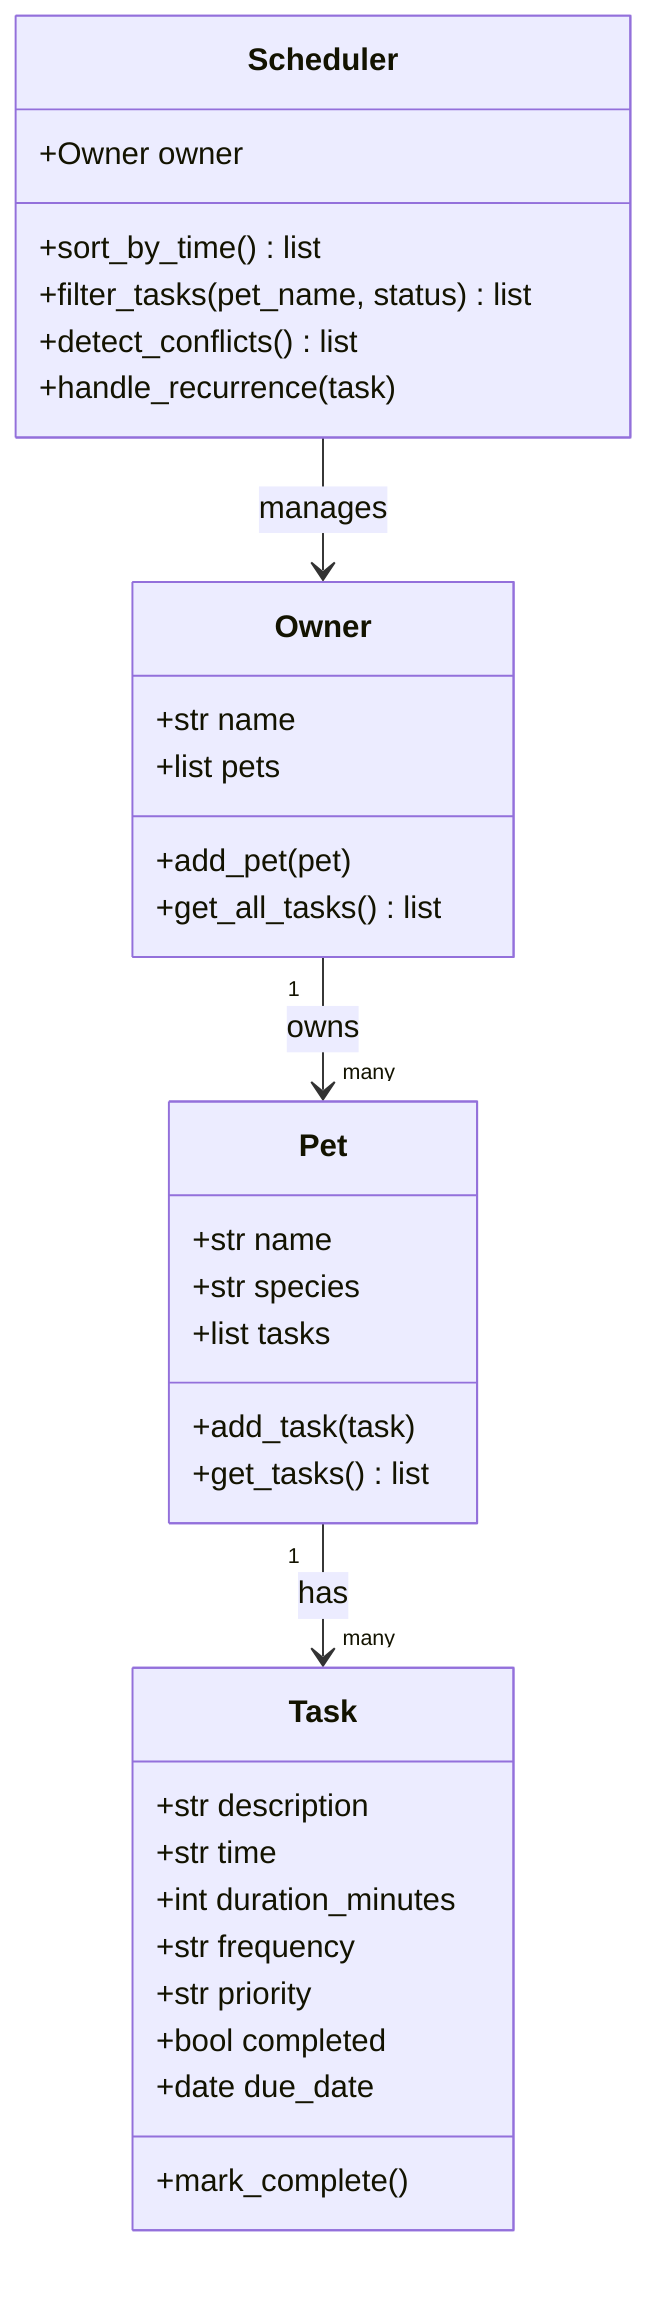
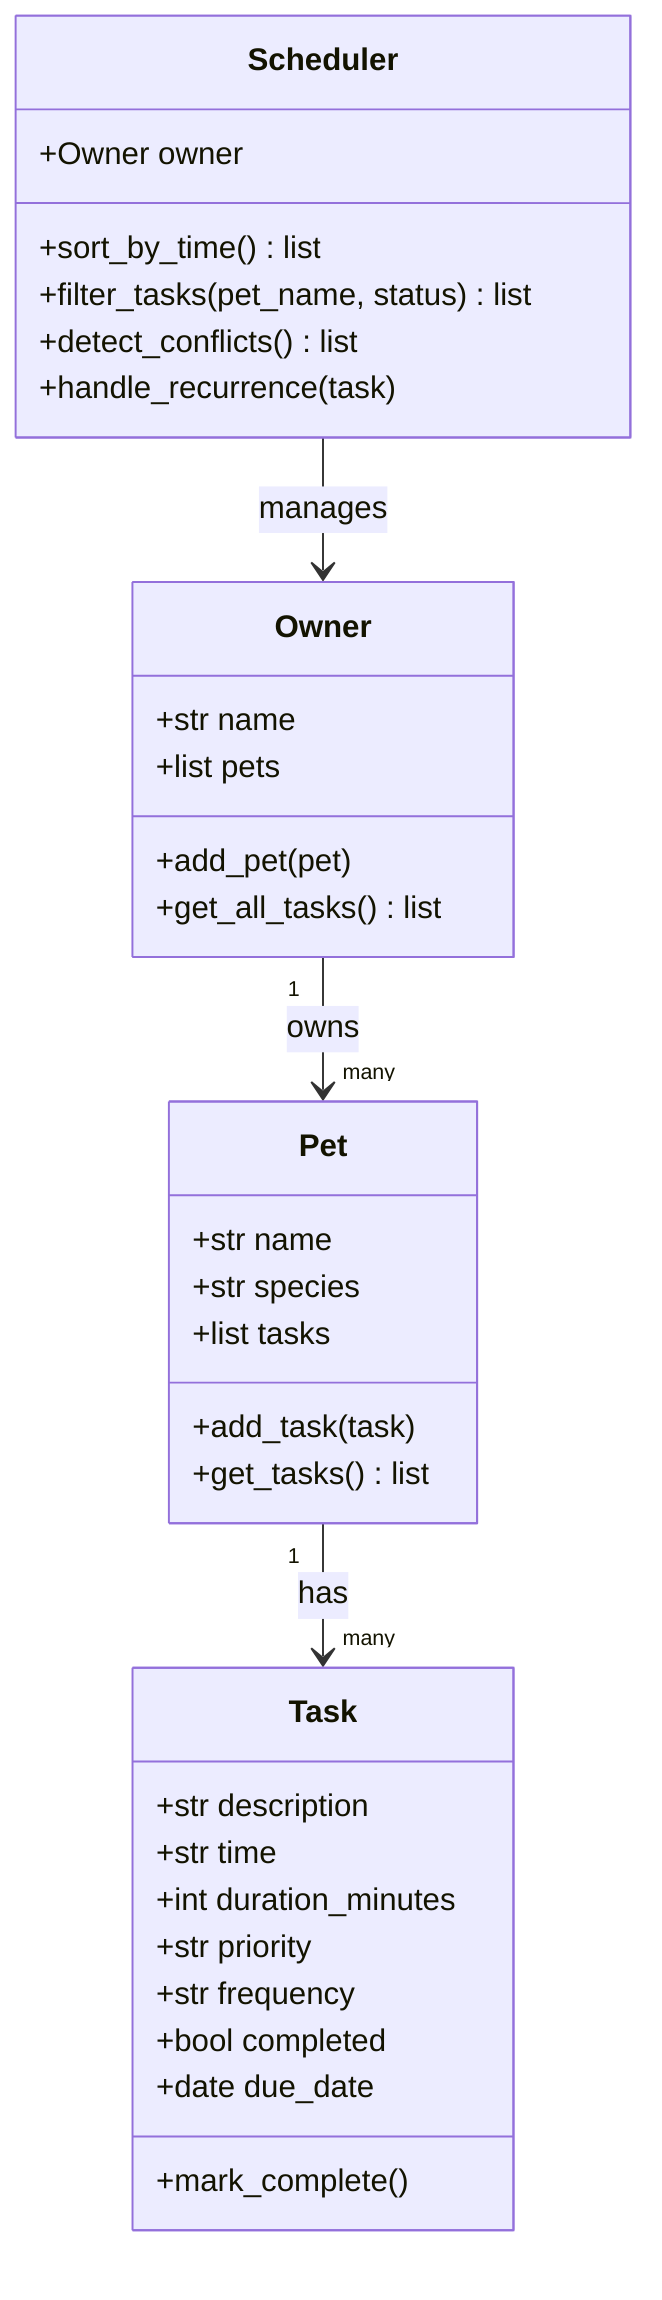
classDiagram
    class Task {
        +str description
        +str time
        +int duration_minutes
+         +str priority
        +str frequency
-         +str priority
        +bool completed
        +date due_date
        +mark_complete()
    }

    class Pet {
        +str name
        +str species
        +list tasks
        +add_task(task)
        +get_tasks() list
    }

    class Owner {
        +str name
        +list pets
        +add_pet(pet)
        +get_all_tasks() list
    }

    class Scheduler {
        +Owner owner
        +sort_by_time() list
        +filter_tasks(pet_name, status) list
        +detect_conflicts() list
        +handle_recurrence(task)
    }

    Owner "1" --> "many" Pet : owns
    Pet "1" --> "many" Task : has
    Scheduler --> Owner : manages